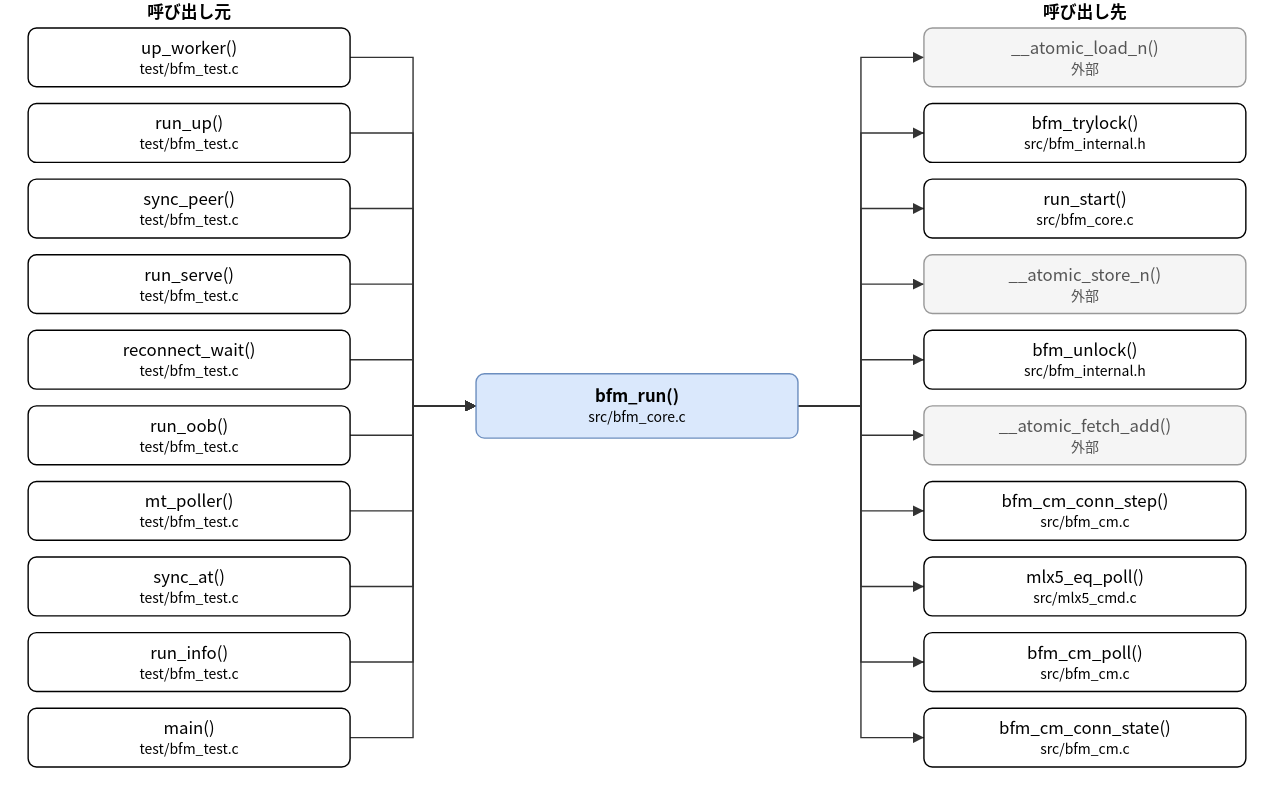
hf355051012-ai/bfmem keeps this draw.io diagram as doc/spec/images/call_src_bfm_core-bfm_run.drawio.svg. Above is the earlier version. Source tidied: cells renumbered, new cells last; positions are measured from the earlier drawing's top-left corner, leaving out a move shared by most shapes.
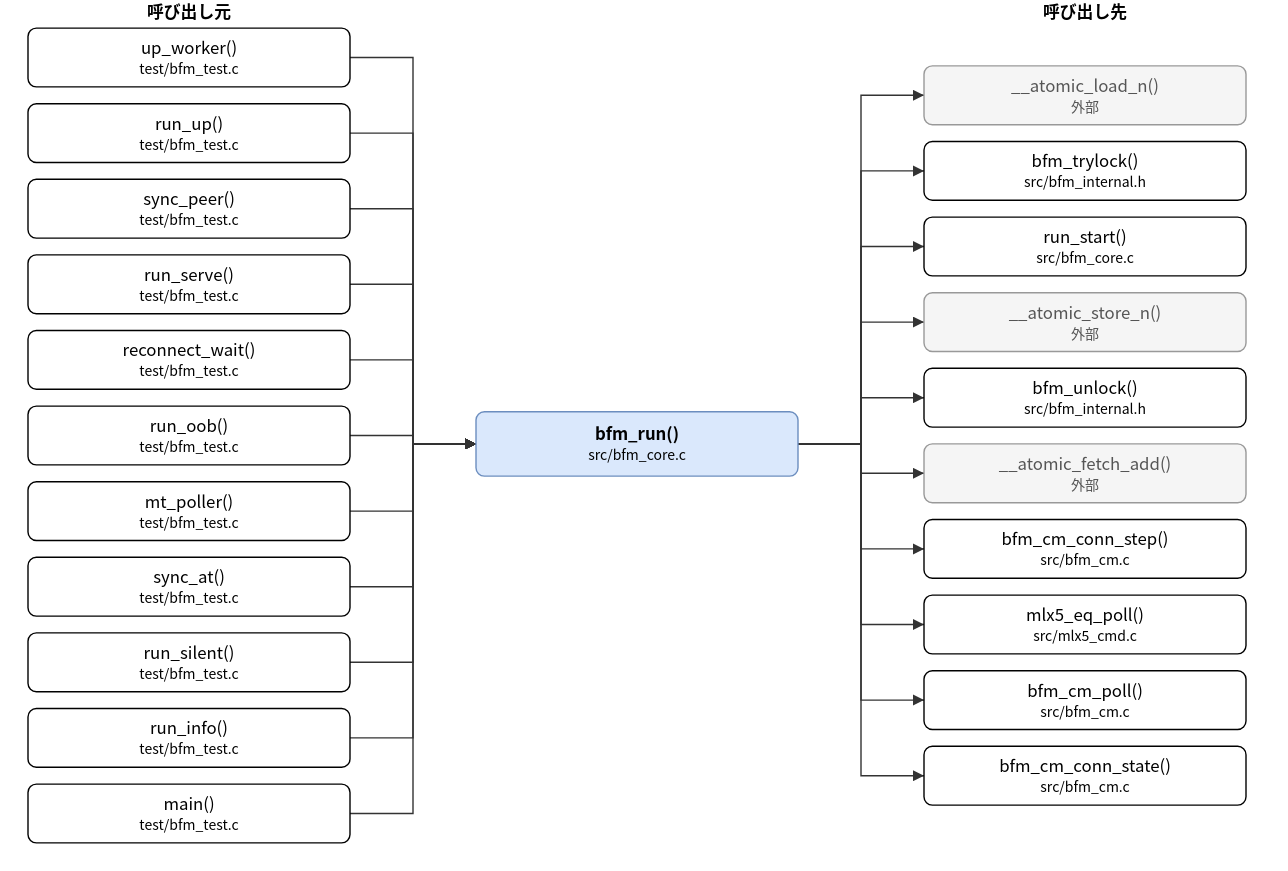
After the commit.

Diff of the diagram source:
```diff
@@ -3,7 +3,7 @@
     <mxCell id="0" />
     <mxCell id="1" parent="0" />
     <mxCell id="2" value="bfm_run()&lt;br&gt;&lt;font style=&quot;font-size:10px&quot;&gt;src/bfm_core.c&lt;/font&gt;" style="rounded=1;whiteSpace=wrap;html=1;fillColor=#dae8fc;strokeColor=#6c8ebf;fontStyle=1;" parent="1" vertex="1">
-      <mxGeometry x="320" y="267" width="230" height="46" as="geometry" />
+      <mxGeometry x="320" y="294" width="230" height="46" as="geometry" />
     </mxCell>
     <mxCell id="3" value="up_worker()&lt;br&gt;&lt;font style=&quot;font-size:10px&quot;&gt;test/bfm_test.c&lt;/font&gt;" style="rounded=1;whiteSpace=wrap;html=1;" parent="1" vertex="1">
       <mxGeometry y="20" width="230" height="42" as="geometry" />
@@ -29,47 +29,50 @@
     <mxCell id="10" value="sync_at()&lt;br&gt;&lt;font style=&quot;font-size:10px&quot;&gt;test/bfm_test.c&lt;/font&gt;" style="rounded=1;whiteSpace=wrap;html=1;" parent="1" vertex="1">
       <mxGeometry y="398" width="230" height="42" as="geometry" />
     </mxCell>
-    <mxCell id="11" value="run_info()&lt;br&gt;&lt;font style=&quot;font-size:10px&quot;&gt;test/bfm_test.c&lt;/font&gt;" style="rounded=1;whiteSpace=wrap;html=1;" parent="1" vertex="1">
+    <mxCell id="11" value="run_silent()&lt;br&gt;&lt;font style=&quot;font-size:10px&quot;&gt;test/bfm_test.c&lt;/font&gt;" style="rounded=1;whiteSpace=wrap;html=1;" parent="1" vertex="1">
       <mxGeometry y="452" width="230" height="42" as="geometry" />
     </mxCell>
-    <mxCell id="12" value="main()&lt;br&gt;&lt;font style=&quot;font-size:10px&quot;&gt;test/bfm_test.c&lt;/font&gt;" style="rounded=1;whiteSpace=wrap;html=1;" parent="1" vertex="1">
+    <mxCell id="12" value="run_info()&lt;br&gt;&lt;font style=&quot;font-size:10px&quot;&gt;test/bfm_test.c&lt;/font&gt;" style="rounded=1;whiteSpace=wrap;html=1;" parent="1" vertex="1">
       <mxGeometry y="506" width="230" height="42" as="geometry" />
     </mxCell>
+    <mxCell id="45" value="main()&lt;br&gt;&lt;font style=&quot;font-size:10px&quot;&gt;test/bfm_test.c&lt;/font&gt;" style="rounded=1;whiteSpace=wrap;html=1;" parent="1" vertex="1">
+      <mxGeometry y="560" width="230" height="42" as="geometry" />
+    </mxCell>
     <mxCell id="13" value="__atomic_load_n()&lt;br&gt;&lt;font style=&quot;font-size:10px&quot;&gt;外部&lt;/font&gt;" style="rounded=1;whiteSpace=wrap;html=1;fillColor=#f5f5f5;strokeColor=#999999;fontColor=#555555;" parent="1" vertex="1">
-      <mxGeometry x="640" y="20" width="230" height="42" as="geometry" />
+      <mxGeometry x="640" y="47" width="230" height="42" as="geometry" />
     </mxCell>
     <mxCell id="14" value="bfm_trylock()&lt;br&gt;&lt;font style=&quot;font-size:10px&quot;&gt;src/bfm_internal.h&lt;/font&gt;" style="rounded=1;whiteSpace=wrap;html=1;" parent="1" vertex="1">
-      <mxGeometry x="640" y="74" width="230" height="42" as="geometry" />
+      <mxGeometry x="640" y="101" width="230" height="42" as="geometry" />
     </mxCell>
     <mxCell id="15" value="run_start()&lt;br&gt;&lt;font style=&quot;font-size:10px&quot;&gt;src/bfm_core.c&lt;/font&gt;" style="rounded=1;whiteSpace=wrap;html=1;" parent="1" vertex="1">
-      <mxGeometry x="640" y="128" width="230" height="42" as="geometry" />
+      <mxGeometry x="640" y="155" width="230" height="42" as="geometry" />
     </mxCell>
     <mxCell id="16" value="__atomic_store_n()&lt;br&gt;&lt;font style=&quot;font-size:10px&quot;&gt;外部&lt;/font&gt;" style="rounded=1;whiteSpace=wrap;html=1;fillColor=#f5f5f5;strokeColor=#999999;fontColor=#555555;" parent="1" vertex="1">
-      <mxGeometry x="640" y="182" width="230" height="42" as="geometry" />
+      <mxGeometry x="640" y="209" width="230" height="42" as="geometry" />
     </mxCell>
     <mxCell id="17" value="bfm_unlock()&lt;br&gt;&lt;font style=&quot;font-size:10px&quot;&gt;src/bfm_internal.h&lt;/font&gt;" style="rounded=1;whiteSpace=wrap;html=1;" parent="1" vertex="1">
-      <mxGeometry x="640" y="236" width="230" height="42" as="geometry" />
+      <mxGeometry x="640" y="263" width="230" height="42" as="geometry" />
     </mxCell>
     <mxCell id="18" value="__atomic_fetch_add()&lt;br&gt;&lt;font style=&quot;font-size:10px&quot;&gt;外部&lt;/font&gt;" style="rounded=1;whiteSpace=wrap;html=1;fillColor=#f5f5f5;strokeColor=#999999;fontColor=#555555;" parent="1" vertex="1">
-      <mxGeometry x="640" y="290" width="230" height="42" as="geometry" />
+      <mxGeometry x="640" y="317" width="230" height="42" as="geometry" />
     </mxCell>
     <mxCell id="19" value="bfm_cm_conn_step()&lt;br&gt;&lt;font style=&quot;font-size:10px&quot;&gt;src/bfm_cm.c&lt;/font&gt;" style="rounded=1;whiteSpace=wrap;html=1;" parent="1" vertex="1">
-      <mxGeometry x="640" y="344" width="230" height="42" as="geometry" />
+      <mxGeometry x="640" y="371" width="230" height="42" as="geometry" />
     </mxCell>
     <mxCell id="20" value="mlx5_eq_poll()&lt;br&gt;&lt;font style=&quot;font-size:10px&quot;&gt;src/mlx5_cmd.c&lt;/font&gt;" style="rounded=1;whiteSpace=wrap;html=1;" parent="1" vertex="1">
-      <mxGeometry x="640" y="398" width="230" height="42" as="geometry" />
+      <mxGeometry x="640" y="425" width="230" height="42" as="geometry" />
     </mxCell>
     <mxCell id="21" value="bfm_cm_poll()&lt;br&gt;&lt;font style=&quot;font-size:10px&quot;&gt;src/bfm_cm.c&lt;/font&gt;" style="rounded=1;whiteSpace=wrap;html=1;" parent="1" vertex="1">
-      <mxGeometry x="640" y="452" width="230" height="42" as="geometry" />
+      <mxGeometry x="640" y="479" width="230" height="42" as="geometry" />
     </mxCell>
     <mxCell id="22" value="bfm_cm_conn_state()&lt;br&gt;&lt;font style=&quot;font-size:10px&quot;&gt;src/bfm_cm.c&lt;/font&gt;" style="rounded=1;whiteSpace=wrap;html=1;" parent="1" vertex="1">
-      <mxGeometry x="640" y="506" width="230" height="42" as="geometry" />
+      <mxGeometry x="640" y="533" width="230" height="42" as="geometry" />
     </mxCell>
     <mxCell id="23" style="edgeStyle=none;html=1;rounded=0;endArrow=block;endFill=1;exitX=1.0000;exitY=0.5000;exitDx=0;exitDy=0;exitPerimeter=0;entryX=0.0000;entryY=0.5000;entryDx=0;entryDy=0;entryPerimeter=0;" parent="1" edge="1" source="3" target="2">
       <mxGeometry relative="1" as="geometry">
         <Array as="points">
           <mxPoint x="275" y="41" />
-          <mxPoint x="275" y="290" />
+          <mxPoint x="275" y="317" />
         </Array>
       </mxGeometry>
     </mxCell>
@@ -77,7 +80,7 @@
       <mxGeometry relative="1" as="geometry">
         <Array as="points">
           <mxPoint x="275" y="95" />
-          <mxPoint x="275" y="290" />
+          <mxPoint x="275" y="317" />
         </Array>
       </mxGeometry>
     </mxCell>
@@ -85,7 +88,7 @@
       <mxGeometry relative="1" as="geometry">
         <Array as="points">
           <mxPoint x="275" y="149" />
-          <mxPoint x="275" y="290" />
+          <mxPoint x="275" y="317" />
         </Array>
       </mxGeometry>
     </mxCell>
@@ -93,7 +96,7 @@
       <mxGeometry relative="1" as="geometry">
         <Array as="points">
           <mxPoint x="275" y="203" />
-          <mxPoint x="275" y="290" />
+          <mxPoint x="275" y="317" />
         </Array>
       </mxGeometry>
     </mxCell>
@@ -101,7 +104,7 @@
       <mxGeometry relative="1" as="geometry">
         <Array as="points">
           <mxPoint x="275" y="257" />
-          <mxPoint x="275" y="290" />
+          <mxPoint x="275" y="317" />
         </Array>
       </mxGeometry>
     </mxCell>
@@ -109,7 +112,7 @@
       <mxGeometry relative="1" as="geometry">
         <Array as="points">
           <mxPoint x="275" y="311" />
-          <mxPoint x="275" y="290" />
+          <mxPoint x="275" y="317" />
         </Array>
       </mxGeometry>
     </mxCell>
@@ -117,7 +120,7 @@
       <mxGeometry relative="1" as="geometry">
         <Array as="points">
           <mxPoint x="275" y="365" />
-          <mxPoint x="275" y="290" />
+          <mxPoint x="275" y="317" />
         </Array>
       </mxGeometry>
     </mxCell>
@@ -125,7 +128,7 @@
       <mxGeometry relative="1" as="geometry">
         <Array as="points">
           <mxPoint x="275" y="419" />
-          <mxPoint x="275" y="290" />
+          <mxPoint x="275" y="317" />
         </Array>
       </mxGeometry>
     </mxCell>
@@ -133,7 +136,7 @@
       <mxGeometry relative="1" as="geometry">
         <Array as="points">
           <mxPoint x="275" y="473" />
-          <mxPoint x="275" y="290" />
+          <mxPoint x="275" y="317" />
         </Array>
       </mxGeometry>
     </mxCell>
@@ -141,90 +144,98 @@
       <mxGeometry relative="1" as="geometry">
         <Array as="points">
           <mxPoint x="275" y="527" />
-          <mxPoint x="275" y="290" />
+          <mxPoint x="275" y="317" />
         </Array>
       </mxGeometry>
     </mxCell>
-    <mxCell id="33" style="edgeStyle=none;html=1;rounded=0;endArrow=block;endFill=1;exitX=1.0000;exitY=0.5000;exitDx=0;exitDy=0;exitPerimeter=0;entryX=0.0000;entryY=0.5000;entryDx=0;entryDy=0;entryPerimeter=0;" parent="1" edge="1" source="2" target="13">
+    <mxCell id="33" style="edgeStyle=none;html=1;rounded=0;endArrow=block;endFill=1;exitX=1.0000;exitY=0.5000;exitDx=0;exitDy=0;exitPerimeter=0;entryX=0.0000;entryY=0.5000;entryDx=0;entryDy=0;entryPerimeter=0;" parent="1" edge="1" source="45" target="2">
       <mxGeometry relative="1" as="geometry">
         <Array as="points">
-          <mxPoint x="595" y="290" />
-          <mxPoint x="595" y="41" />
+          <mxPoint x="275" y="581" />
+          <mxPoint x="275" y="317" />
         </Array>
       </mxGeometry>
     </mxCell>
-    <mxCell id="34" style="edgeStyle=none;html=1;rounded=0;endArrow=block;endFill=1;exitX=1.0000;exitY=0.5000;exitDx=0;exitDy=0;exitPerimeter=0;entryX=0.0000;entryY=0.5000;entryDx=0;entryDy=0;entryPerimeter=0;" parent="1" edge="1" source="2" target="14">
+    <mxCell id="34" style="edgeStyle=none;html=1;rounded=0;endArrow=block;endFill=1;exitX=1.0000;exitY=0.5000;exitDx=0;exitDy=0;exitPerimeter=0;entryX=0.0000;entryY=0.5000;entryDx=0;entryDy=0;entryPerimeter=0;" parent="1" edge="1" source="2" target="13">
       <mxGeometry relative="1" as="geometry">
         <Array as="points">
-          <mxPoint x="595" y="290" />
-          <mxPoint x="595" y="95" />
+          <mxPoint x="595" y="317" />
+          <mxPoint x="595" y="68" />
         </Array>
       </mxGeometry>
     </mxCell>
-    <mxCell id="35" style="edgeStyle=none;html=1;rounded=0;endArrow=block;endFill=1;exitX=1.0000;exitY=0.5000;exitDx=0;exitDy=0;exitPerimeter=0;entryX=0.0000;entryY=0.5000;entryDx=0;entryDy=0;entryPerimeter=0;" parent="1" edge="1" source="2" target="15">
+    <mxCell id="35" style="edgeStyle=none;html=1;rounded=0;endArrow=block;endFill=1;exitX=1.0000;exitY=0.5000;exitDx=0;exitDy=0;exitPerimeter=0;entryX=0.0000;entryY=0.5000;entryDx=0;entryDy=0;entryPerimeter=0;" parent="1" edge="1" source="2" target="14">
       <mxGeometry relative="1" as="geometry">
         <Array as="points">
-          <mxPoint x="595" y="290" />
-          <mxPoint x="595" y="149" />
+          <mxPoint x="595" y="317" />
+          <mxPoint x="595" y="122" />
         </Array>
       </mxGeometry>
     </mxCell>
-    <mxCell id="36" style="edgeStyle=none;html=1;rounded=0;endArrow=block;endFill=1;exitX=1.0000;exitY=0.5000;exitDx=0;exitDy=0;exitPerimeter=0;entryX=0.0000;entryY=0.5000;entryDx=0;entryDy=0;entryPerimeter=0;" parent="1" edge="1" source="2" target="16">
+    <mxCell id="36" style="edgeStyle=none;html=1;rounded=0;endArrow=block;endFill=1;exitX=1.0000;exitY=0.5000;exitDx=0;exitDy=0;exitPerimeter=0;entryX=0.0000;entryY=0.5000;entryDx=0;entryDy=0;entryPerimeter=0;" parent="1" edge="1" source="2" target="15">
       <mxGeometry relative="1" as="geometry">
         <Array as="points">
-          <mxPoint x="595" y="290" />
-          <mxPoint x="595" y="203" />
+          <mxPoint x="595" y="317" />
+          <mxPoint x="595" y="176" />
         </Array>
       </mxGeometry>
     </mxCell>
-    <mxCell id="37" style="edgeStyle=none;html=1;rounded=0;endArrow=block;endFill=1;exitX=1.0000;exitY=0.5000;exitDx=0;exitDy=0;exitPerimeter=0;entryX=0.0000;entryY=0.5000;entryDx=0;entryDy=0;entryPerimeter=0;" parent="1" edge="1" source="2" target="17">
+    <mxCell id="37" style="edgeStyle=none;html=1;rounded=0;endArrow=block;endFill=1;exitX=1.0000;exitY=0.5000;exitDx=0;exitDy=0;exitPerimeter=0;entryX=0.0000;entryY=0.5000;entryDx=0;entryDy=0;entryPerimeter=0;" parent="1" edge="1" source="2" target="16">
       <mxGeometry relative="1" as="geometry">
         <Array as="points">
-          <mxPoint x="595" y="290" />
-          <mxPoint x="595" y="257" />
+          <mxPoint x="595" y="317" />
+          <mxPoint x="595" y="230" />
         </Array>
       </mxGeometry>
     </mxCell>
-    <mxCell id="38" style="edgeStyle=none;html=1;rounded=0;endArrow=block;endFill=1;exitX=1.0000;exitY=0.5000;exitDx=0;exitDy=0;exitPerimeter=0;entryX=0.0000;entryY=0.5000;entryDx=0;entryDy=0;entryPerimeter=0;" parent="1" edge="1" source="2" target="18">
+    <mxCell id="38" style="edgeStyle=none;html=1;rounded=0;endArrow=block;endFill=1;exitX=1.0000;exitY=0.5000;exitDx=0;exitDy=0;exitPerimeter=0;entryX=0.0000;entryY=0.5000;entryDx=0;entryDy=0;entryPerimeter=0;" parent="1" edge="1" source="2" target="17">
       <mxGeometry relative="1" as="geometry">
         <Array as="points">
-          <mxPoint x="595" y="290" />
-          <mxPoint x="595" y="311" />
+          <mxPoint x="595" y="317" />
+          <mxPoint x="595" y="284" />
         </Array>
       </mxGeometry>
     </mxCell>
-    <mxCell id="39" style="edgeStyle=none;html=1;rounded=0;endArrow=block;endFill=1;exitX=1.0000;exitY=0.5000;exitDx=0;exitDy=0;exitPerimeter=0;entryX=0.0000;entryY=0.5000;entryDx=0;entryDy=0;entryPerimeter=0;" parent="1" edge="1" source="2" target="19">
+    <mxCell id="39" style="edgeStyle=none;html=1;rounded=0;endArrow=block;endFill=1;exitX=1.0000;exitY=0.5000;exitDx=0;exitDy=0;exitPerimeter=0;entryX=0.0000;entryY=0.5000;entryDx=0;entryDy=0;entryPerimeter=0;" parent="1" edge="1" source="2" target="18">
       <mxGeometry relative="1" as="geometry">
         <Array as="points">
-          <mxPoint x="595" y="290" />
-          <mxPoint x="595" y="365" />
+          <mxPoint x="595" y="317" />
+          <mxPoint x="595" y="338" />
         </Array>
       </mxGeometry>
     </mxCell>
-    <mxCell id="40" style="edgeStyle=none;html=1;rounded=0;endArrow=block;endFill=1;exitX=1.0000;exitY=0.5000;exitDx=0;exitDy=0;exitPerimeter=0;entryX=0.0000;entryY=0.5000;entryDx=0;entryDy=0;entryPerimeter=0;" parent="1" edge="1" source="2" target="20">
+    <mxCell id="40" style="edgeStyle=none;html=1;rounded=0;endArrow=block;endFill=1;exitX=1.0000;exitY=0.5000;exitDx=0;exitDy=0;exitPerimeter=0;entryX=0.0000;entryY=0.5000;entryDx=0;entryDy=0;entryPerimeter=0;" parent="1" edge="1" source="2" target="19">
       <mxGeometry relative="1" as="geometry">
         <Array as="points">
-          <mxPoint x="595" y="290" />
-          <mxPoint x="595" y="419" />
+          <mxPoint x="595" y="317" />
+          <mxPoint x="595" y="392" />
         </Array>
       </mxGeometry>
     </mxCell>
-    <mxCell id="41" style="edgeStyle=none;html=1;rounded=0;endArrow=block;endFill=1;exitX=1.0000;exitY=0.5000;exitDx=0;exitDy=0;exitPerimeter=0;entryX=0.0000;entryY=0.5000;entryDx=0;entryDy=0;entryPerimeter=0;" parent="1" edge="1" source="2" target="21">
+    <mxCell id="41" style="edgeStyle=none;html=1;rounded=0;endArrow=block;endFill=1;exitX=1.0000;exitY=0.5000;exitDx=0;exitDy=0;exitPerimeter=0;entryX=0.0000;entryY=0.5000;entryDx=0;entryDy=0;entryPerimeter=0;" parent="1" edge="1" source="2" target="20">
       <mxGeometry relative="1" as="geometry">
         <Array as="points">
-          <mxPoint x="595" y="290" />
-          <mxPoint x="595" y="473" />
+          <mxPoint x="595" y="317" />
+          <mxPoint x="595" y="446" />
         </Array>
       </mxGeometry>
     </mxCell>
-    <mxCell id="42" style="edgeStyle=none;html=1;rounded=0;endArrow=block;endFill=1;exitX=1.0000;exitY=0.5000;exitDx=0;exitDy=0;exitPerimeter=0;entryX=0.0000;entryY=0.5000;entryDx=0;entryDy=0;entryPerimeter=0;" parent="1" edge="1" source="2" target="22">
+    <mxCell id="42" style="edgeStyle=none;html=1;rounded=0;endArrow=block;endFill=1;exitX=1.0000;exitY=0.5000;exitDx=0;exitDy=0;exitPerimeter=0;entryX=0.0000;entryY=0.5000;entryDx=0;entryDy=0;entryPerimeter=0;" parent="1" edge="1" source="2" target="21">
       <mxGeometry relative="1" as="geometry">
         <Array as="points">
-          <mxPoint x="595" y="290" />
-          <mxPoint x="595" y="527" />
+          <mxPoint x="595" y="317" />
+          <mxPoint x="595" y="500" />
         </Array>
       </mxGeometry>
     </mxCell>
+    <mxCell id="46" style="edgeStyle=none;html=1;rounded=0;endArrow=block;endFill=1;exitX=1.0000;exitY=0.5000;exitDx=0;exitDy=0;exitPerimeter=0;entryX=0.0000;entryY=0.5000;entryDx=0;entryDy=0;entryPerimeter=0;" parent="1" edge="1" source="2" target="22">
+      <mxGeometry relative="1" as="geometry">
+        <Array as="points">
+          <mxPoint x="595" y="317" />
+          <mxPoint x="595" y="554" />
+        </Array>
+      </mxGeometry>
+    </mxCell>
     <mxCell id="43" value="呼び出し元" style="text;html=1;align=center;fontStyle=1;" parent="1" vertex="1">
       <mxGeometry x="35" width="160" height="18" as="geometry" />
     </mxCell>
```
